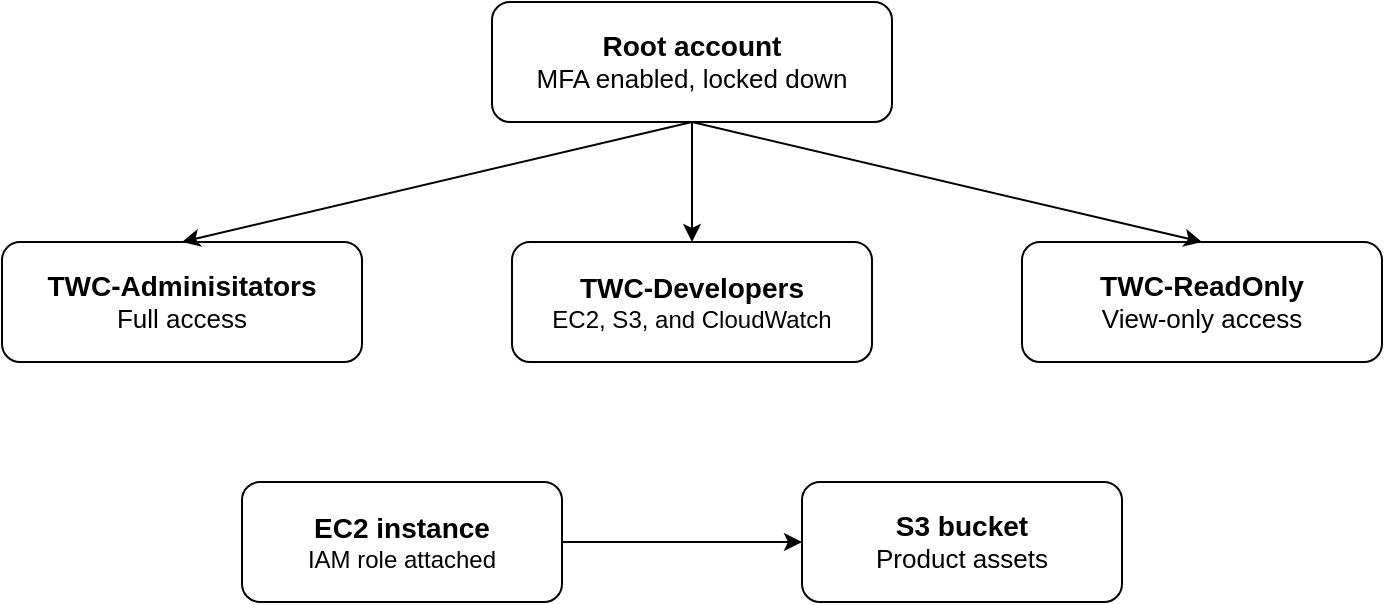
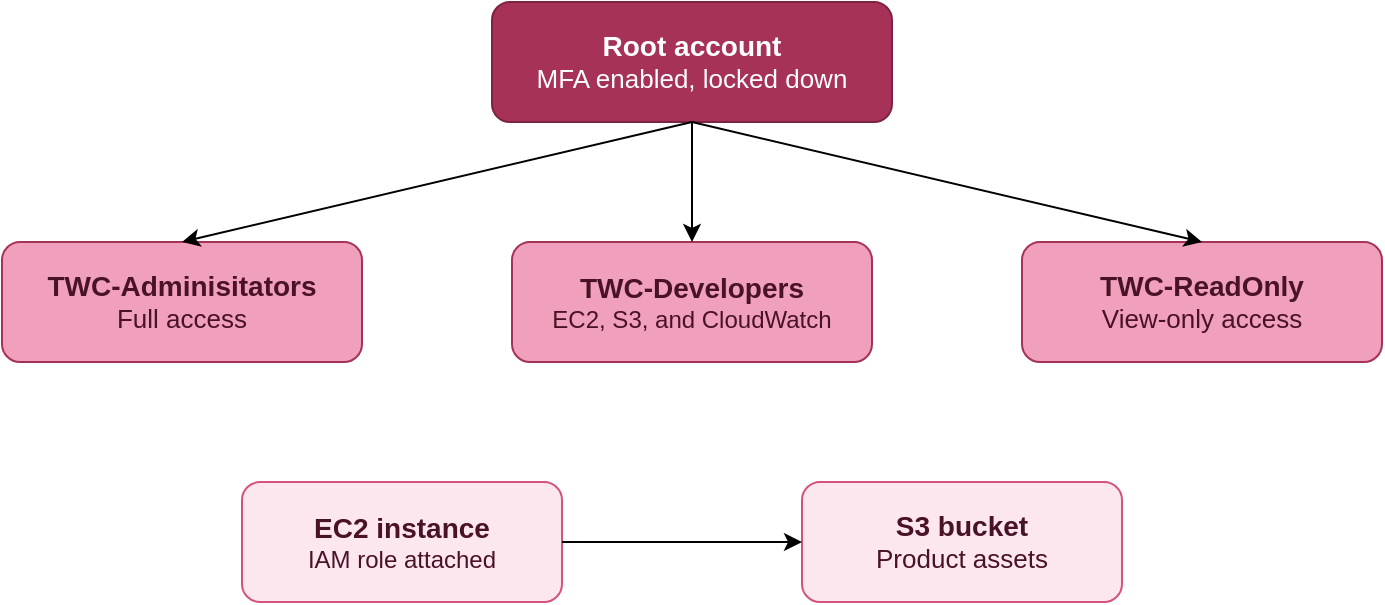
<mxfile host="app.diagrams.net">
  <diagram name="Page-1" id="5Vqy2oQavXK06omjqqgB">
    <mxGraphModel dx="1174" dy="635" grid="1" gridSize="10" guides="1" tooltips="1" connect="1" arrows="1" fold="1" page="1" pageScale="1" pageWidth="850" pageHeight="1100" math="0" shadow="0">
      <root>
        <mxCell id="0" />
        <mxCell id="1" parent="0" />
-         <mxCell id="uq2NgA4z6IwvU1Z_H7Wr-1" parent="1" style="rounded=1;whiteSpace=wrap;html=1;" value="&lt;div&gt;&lt;font style=&quot;font-size: 14px;&quot;&gt;&lt;b&gt;&lt;font&gt;Root account&lt;/font&gt;&lt;/b&gt;&lt;/font&gt;&lt;/div&gt;&lt;font style=&quot;font-size: 13px;&quot;&gt;MFA enabled, locked down&lt;/font&gt;" vertex="1">
+         <mxCell id="uq2NgA4z6IwvU1Z_H7Wr-1" parent="1" style="rounded=1;whiteSpace=wrap;html=1;fillColor=#A63258;strokeColor=#7E2440;fontColor=#FFFFFF;" value="&lt;div&gt;&lt;font style=&quot;font-size: 14px;&quot;&gt;&lt;b&gt;&lt;font&gt;Root account&lt;/font&gt;&lt;/b&gt;&lt;/font&gt;&lt;/div&gt;&lt;font style=&quot;font-size: 13px;&quot;&gt;MFA enabled, locked down&lt;/font&gt;" vertex="1">
          <mxGeometry height="60" width="200" x="325" y="200" as="geometry" />
        </mxCell>
-         <mxCell id="M2qwHpEOU-4SUN7A3_y7-1" parent="1" style="rounded=1;whiteSpace=wrap;html=1;" value="&lt;div&gt;&lt;font style=&quot;font-size: 14px;&quot;&gt;&lt;b&gt;&lt;font&gt;TWC-Adminisitators&lt;/font&gt;&lt;/b&gt;&lt;/font&gt;&lt;/div&gt;&lt;div&gt;&lt;font style=&quot;font-size: 13px;&quot;&gt;Full access&lt;/font&gt;&lt;/div&gt;" vertex="1">
+         <mxCell id="M2qwHpEOU-4SUN7A3_y7-1" parent="1" style="rounded=1;whiteSpace=wrap;html=1;fillColor=#F0A0BC;strokeColor=#A63258;fontColor=#4A1226;" value="&lt;div&gt;&lt;font style=&quot;font-size: 14px;&quot;&gt;&lt;b&gt;&lt;font&gt;TWC-Adminisitators&lt;/font&gt;&lt;/b&gt;&lt;/font&gt;&lt;/div&gt;&lt;div&gt;&lt;font style=&quot;font-size: 13px;&quot;&gt;Full access&lt;/font&gt;&lt;/div&gt;" vertex="1">
          <mxGeometry height="60" width="180" x="80" y="320" as="geometry" />
        </mxCell>
-         <mxCell id="M2qwHpEOU-4SUN7A3_y7-4" parent="1" style="rounded=1;whiteSpace=wrap;html=1;" value="&lt;div&gt;&lt;b&gt;&lt;font style=&quot;font-size: 14px;&quot;&gt;S3 bucket&lt;/font&gt;&lt;/b&gt;&lt;/div&gt;&lt;font style=&quot;font-size: 13px;&quot;&gt;Product assets&lt;/font&gt;" vertex="1">
+         <mxCell id="M2qwHpEOU-4SUN7A3_y7-4" parent="1" style="rounded=1;whiteSpace=wrap;html=1;fillColor=#FCE7EF;strokeColor=#D4537E;fontColor=#4A1226;" value="&lt;div&gt;&lt;b&gt;&lt;font style=&quot;font-size: 14px;&quot;&gt;S3 bucket&lt;/font&gt;&lt;/b&gt;&lt;/div&gt;&lt;font style=&quot;font-size: 13px;&quot;&gt;Product assets&lt;/font&gt;" vertex="1">
          <mxGeometry height="60" width="160" x="480" y="440" as="geometry" />
        </mxCell>
-         <mxCell id="M2qwHpEOU-4SUN7A3_y7-5" parent="1" style="rounded=1;whiteSpace=wrap;html=1;" value="&lt;div&gt;&lt;font style=&quot;font-size: 14px;&quot;&gt;&lt;b&gt;&lt;font&gt;EC2 instance&lt;/font&gt;&lt;/b&gt;&lt;/font&gt;&lt;/div&gt;&lt;div&gt;IAM role attached&lt;/div&gt;" vertex="1">
+         <mxCell id="M2qwHpEOU-4SUN7A3_y7-5" parent="1" style="rounded=1;whiteSpace=wrap;html=1;fillColor=#FCE7EF;strokeColor=#D4537E;fontColor=#4A1226;" value="&lt;div&gt;&lt;font style=&quot;font-size: 14px;&quot;&gt;&lt;b&gt;&lt;font&gt;EC2 instance&lt;/font&gt;&lt;/b&gt;&lt;/font&gt;&lt;/div&gt;&lt;div&gt;IAM role attached&lt;/div&gt;" vertex="1">
          <mxGeometry height="60" width="160" x="200" y="440" as="geometry" />
        </mxCell>
-         <mxCell id="M2qwHpEOU-4SUN7A3_y7-6" parent="1" style="rounded=1;whiteSpace=wrap;html=1;" value="&lt;div&gt;&lt;font style=&quot;font-size: 14px;&quot;&gt;&lt;b&gt;&lt;font&gt;TWC-ReadOnly&lt;/font&gt;&lt;/b&gt;&lt;/font&gt;&lt;/div&gt;&lt;div&gt;&lt;font style=&quot;font-size: 13px;&quot;&gt;View-only access&lt;/font&gt;&lt;/div&gt;" vertex="1">
+         <mxCell id="M2qwHpEOU-4SUN7A3_y7-6" parent="1" style="rounded=1;whiteSpace=wrap;html=1;fillColor=#F0A0BC;strokeColor=#A63258;fontColor=#4A1226;" value="&lt;div&gt;&lt;font style=&quot;font-size: 14px;&quot;&gt;&lt;b&gt;&lt;font&gt;TWC-ReadOnly&lt;/font&gt;&lt;/b&gt;&lt;/font&gt;&lt;/div&gt;&lt;div&gt;&lt;font style=&quot;font-size: 13px;&quot;&gt;View-only access&lt;/font&gt;&lt;/div&gt;" vertex="1">
          <mxGeometry height="60" width="180" x="590" y="320" as="geometry" />
        </mxCell>
-         <mxCell id="M2qwHpEOU-4SUN7A3_y7-7" parent="1" style="rounded=1;whiteSpace=wrap;html=1;" value="&lt;div&gt;&lt;font style=&quot;font-size: 14px;&quot;&gt;&lt;b&gt;&lt;font&gt;TWC-Developers&lt;/font&gt;&lt;/b&gt;&lt;/font&gt;&lt;/div&gt;&lt;div&gt;EC2, S3, and CloudWatch&lt;/div&gt;" vertex="1">
+         <mxCell id="M2qwHpEOU-4SUN7A3_y7-7" parent="1" style="rounded=1;whiteSpace=wrap;html=1;fillColor=#F0A0BC;strokeColor=#A63258;fontColor=#4A1226;" value="&lt;div&gt;&lt;font style=&quot;font-size: 14px;&quot;&gt;&lt;b&gt;&lt;font&gt;TWC-Developers&lt;/font&gt;&lt;/b&gt;&lt;/font&gt;&lt;/div&gt;&lt;div&gt;EC2, S3, and CloudWatch&lt;/div&gt;" vertex="1">
          <mxGeometry height="60" width="180" x="335" y="320" as="geometry" />
        </mxCell>
        <mxCell id="M2qwHpEOU-4SUN7A3_y7-8" edge="1" parent="1" source="uq2NgA4z6IwvU1Z_H7Wr-1" style="endArrow=classic;html=1;rounded=0;exitX=0.5;exitY=1;exitDx=0;exitDy=0;entryX=0.5;entryY=0;entryDx=0;entryDy=0;" target="M2qwHpEOU-4SUN7A3_y7-1" value="">
          <mxGeometry height="50" relative="1" width="50" as="geometry">
            <mxPoint x="180" y="255" as="sourcePoint" />
            <mxPoint x="140" y="290" as="targetPoint" />
          </mxGeometry>
        </mxCell>
        <mxCell id="M2qwHpEOU-4SUN7A3_y7-9" edge="1" parent="1" source="uq2NgA4z6IwvU1Z_H7Wr-1" style="endArrow=classic;html=1;rounded=0;exitX=0.5;exitY=1;exitDx=0;exitDy=0;entryX=0.5;entryY=0;entryDx=0;entryDy=0;" target="M2qwHpEOU-4SUN7A3_y7-7" value="">
          <mxGeometry height="50" relative="1" width="50" as="geometry">
            <mxPoint x="350" y="280" as="sourcePoint" />
            <mxPoint x="310" y="315" as="targetPoint" />
          </mxGeometry>
        </mxCell>
        <mxCell id="M2qwHpEOU-4SUN7A3_y7-10" edge="1" parent="1" source="uq2NgA4z6IwvU1Z_H7Wr-1" style="endArrow=classic;html=1;rounded=0;exitX=0.5;exitY=1;exitDx=0;exitDy=0;entryX=0.5;entryY=0;entryDx=0;entryDy=0;" target="M2qwHpEOU-4SUN7A3_y7-6" value="">
          <mxGeometry height="50" relative="1" width="50" as="geometry">
            <mxPoint x="670" y="260" as="sourcePoint" />
            <mxPoint x="630" y="295" as="targetPoint" />
          </mxGeometry>
        </mxCell>
        <mxCell id="M2qwHpEOU-4SUN7A3_y7-11" edge="1" parent="1" source="M2qwHpEOU-4SUN7A3_y7-5" style="endArrow=classic;html=1;rounded=0;exitX=1;exitY=0.5;exitDx=0;exitDy=0;entryX=0;entryY=0.5;entryDx=0;entryDy=0;" target="M2qwHpEOU-4SUN7A3_y7-4" value="">
          <mxGeometry height="50" relative="1" width="50" as="geometry">
            <mxPoint x="380" y="470" as="sourcePoint" />
            <mxPoint x="460" y="470" as="targetPoint" />
          </mxGeometry>
        </mxCell>
      </root>
    </mxGraphModel>
  </diagram>
</mxfile>
